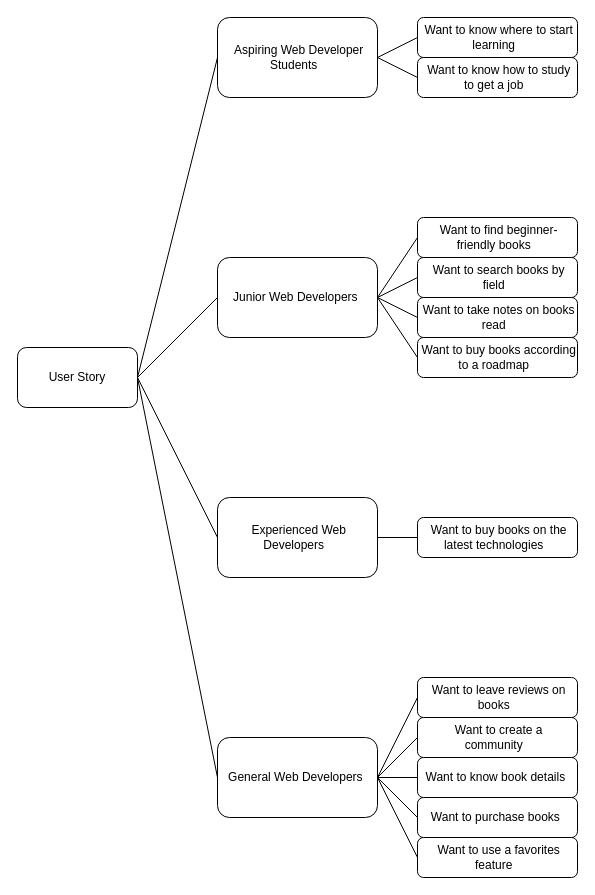
Before: page "English" (1 of 2) of documents/user-story.drawio in lnoueryo/shopping, a draw.io diagram. Source tidied: cells renumbered, new cells numbered last; positions are measured from the earlier drawing's top-left corner, leaving out a move shared by most shapes. Both pictures are drawn from the tidied source at 100%, with x=0, y=0 at pixel (17, 17).
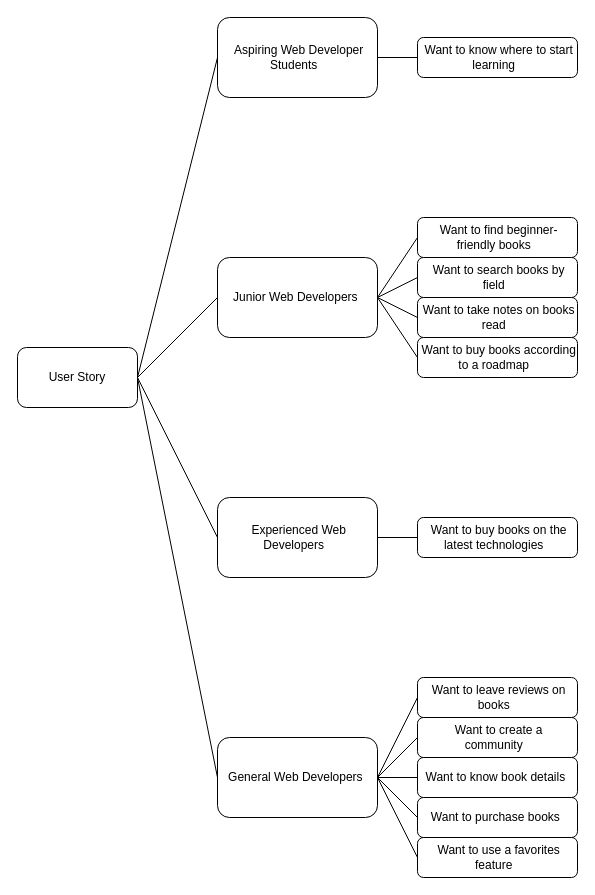
The same page after the edit.

The change refers to these unchanged cells:
```xml
<mxCell id="3" value="&amp;nbsp;Aspiring Web Developer Students&amp;nbsp;&amp;nbsp;" style="rounded=1;whiteSpace=wrap;html=1;" parent="1" vertex="1">
  <mxGeometry x="200" width="160" height="80" as="geometry" />
</mxCell>
```

What changed in the source:
```diff
@@
     <mxCell id="11" value="&amp;nbsp;Want to know where to start learning&amp;nbsp;&amp;nbsp;" style="rounded=1;whiteSpace=wrap;html=1;" parent="1" vertex="1">
-      <mxGeometry x="400" width="160" height="40" as="geometry" />
+      <mxGeometry x="400" y="20" width="160" height="40" as="geometry" />
     </mxCell>
@@
-    <mxCell id="13" value="&amp;nbsp;Want to know how to study to get a job&amp;nbsp;&amp;nbsp;" style="rounded=1;whiteSpace=wrap;html=1;" parent="1" vertex="1">
-      <mxGeometry x="400" y="40" width="160" height="40" as="geometry" />
-    </mxCell>
-    <mxCell id="14" style="endArrow=none;html=1;exitX=1;exitY=0.5;exitDx=0;exitDy=0;entryX=0;entryY=0.5;entryDx=0;entryDy=0;" parent="1" edge="1" source="3" target="13">
-      <mxGeometry relative="1" as="geometry" />
-    </mxCell>
```
